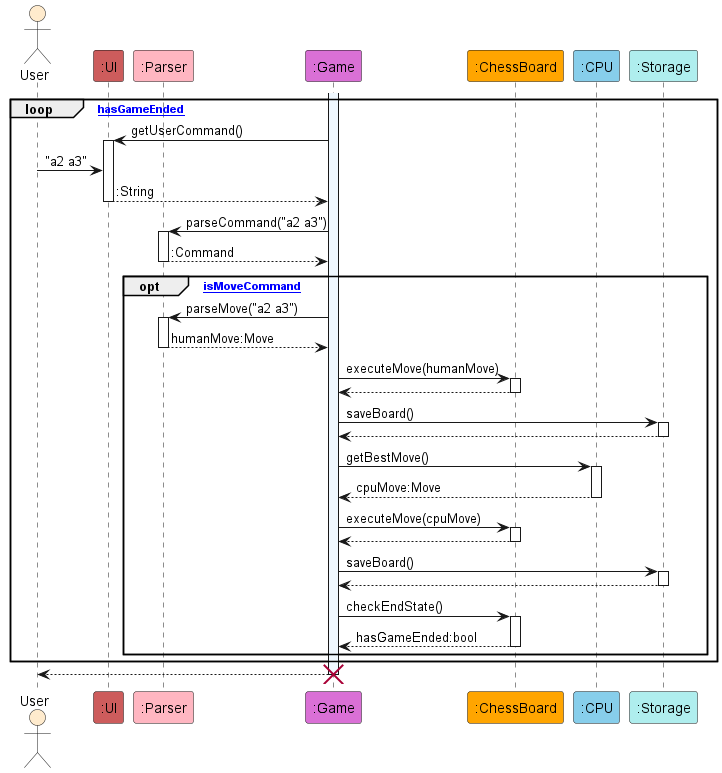
Above: docs/images/GameSequence.png in onx001/tp (PlantUML), before the change. The source it was exported from:
```plantuml
@startuml GameSequence

actor User as user #BlanchedAlmond
participant ":UI" as ui #IndianRed
participant ":Parser" as parser #LightPink
participant ":Game" as game #Orchid
participant ":ChessBoard" as board #Orange
participant ":CPU" as cpu #SkyBlue
participant ":Storage" as storage #PaleTurquoise

activate game #AliceBlue

loop [hasGameEnded]

    game -> ui : getUserCommand()
    activate ui
    user -> ui : "a2 a3"
    ui --> game : :String
    deactivate ui

    game -> parser : parseCommand("a2 a3")
    activate parser
    parser --> game : :Command
    deactivate parser

    opt [isMoveCommand]

        game -> parser : parseMove("a2 a3")
        activate parser
        parser --> game : humanMove:Move
        deactivate parser

        game -> board : executeMove(humanMove)
        activate board
        board --> game
        deactivate board

        game -> storage : saveBoard()
        activate storage
        storage --> game
        deactivate storage

        game -> cpu : getBestMove()
        activate cpu
        cpu --> game : cpuMove:Move
        deactivate cpu

        game -> board : executeMove(cpuMove)
        activate board
        board --> game
        deactivate board

        game -> storage : saveBoard()
        activate storage
        storage --> game
        deactivate storage

        game -> board : checkEndState()
        activate board
        board --> game : hasGameEnded:bool
        deactivate board

    end

end

game --> user
destroy game

@enduml
```
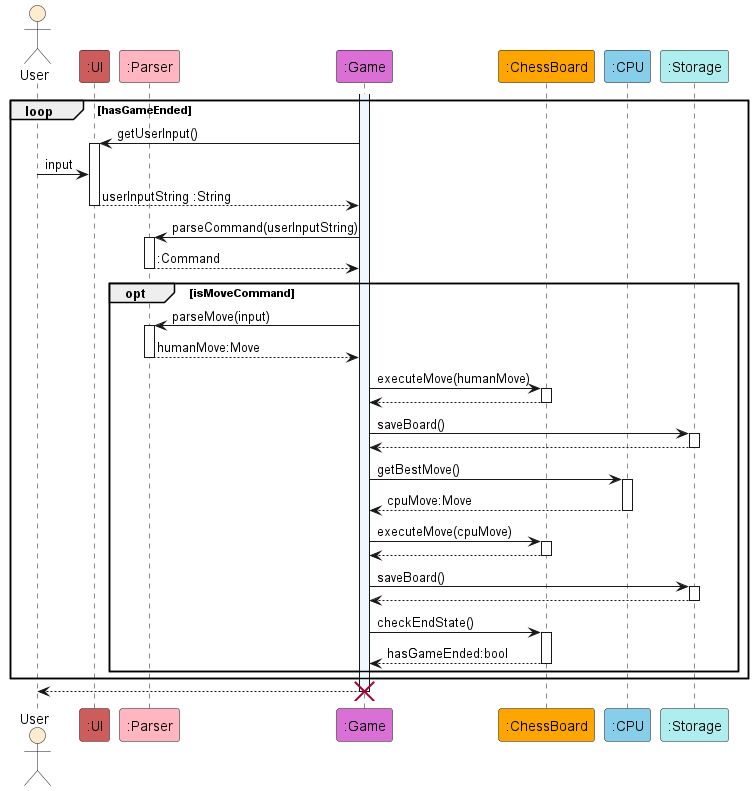
After the change.

Change to the diagram source:
```diff
@@ -10,22 +10,22 @@
 
 activate game #AliceBlue
 
-loop [hasGameEnded]
+loop hasGameEnded
 
-    game -> ui : getUserCommand()
+    game -> ui : getUserInput()
     activate ui
-    user -> ui : "a2 a3"
-    ui --> game : :String
+    user -> ui : input
+    ui --> game : userInputString :String
     deactivate ui
 
-    game -> parser : parseCommand("a2 a3")
+    game -> parser : parseCommand(userInputString)
     activate parser
     parser --> game : :Command
     deactivate parser
 
-    opt [isMoveCommand]
+    opt isMoveCommand
 
-        game -> parser : parseMove("a2 a3")
+        game -> parser : parseMove(input)
         activate parser
         parser --> game : humanMove:Move
         deactivate parser
```
